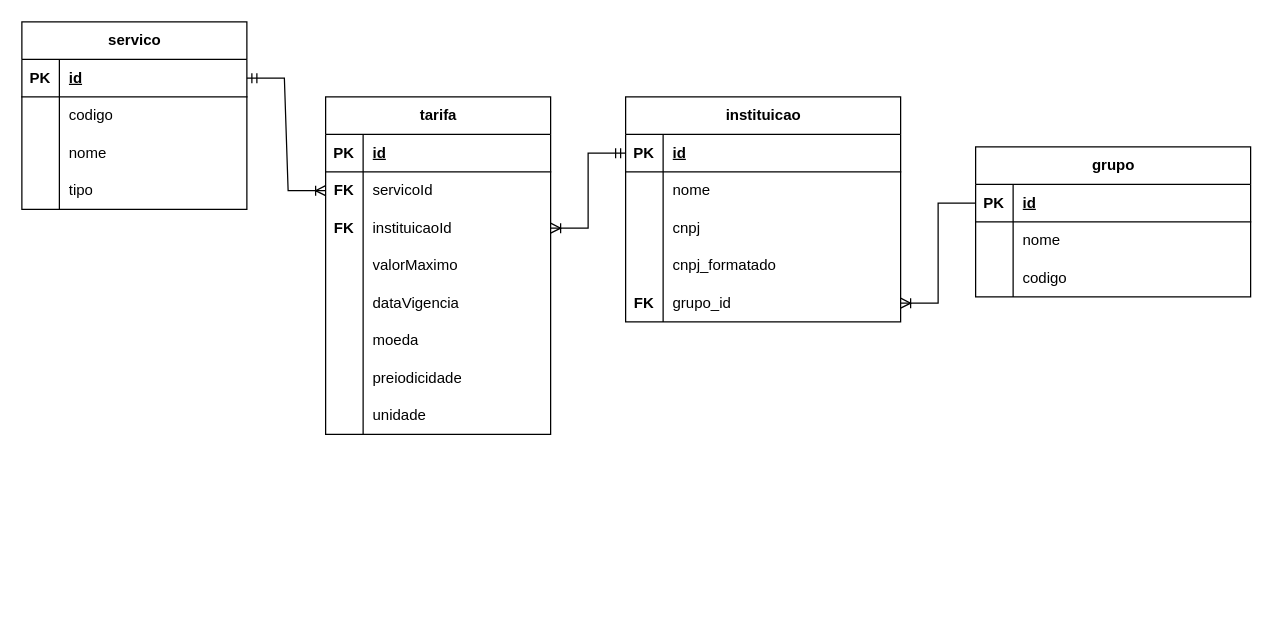
The draw.io diagram docs/Untitled Diagram.drawio in cluster-8/eFinance, before the edit. Source tidied: cells renumbered, new cells numbered last; positions are measured from the earlier drawing's top-left corner, leaving out a move shared by most shapes. Both pictures are drawn from the tidied source at 125%, with x=0, y=0 at pixel (21, 21).
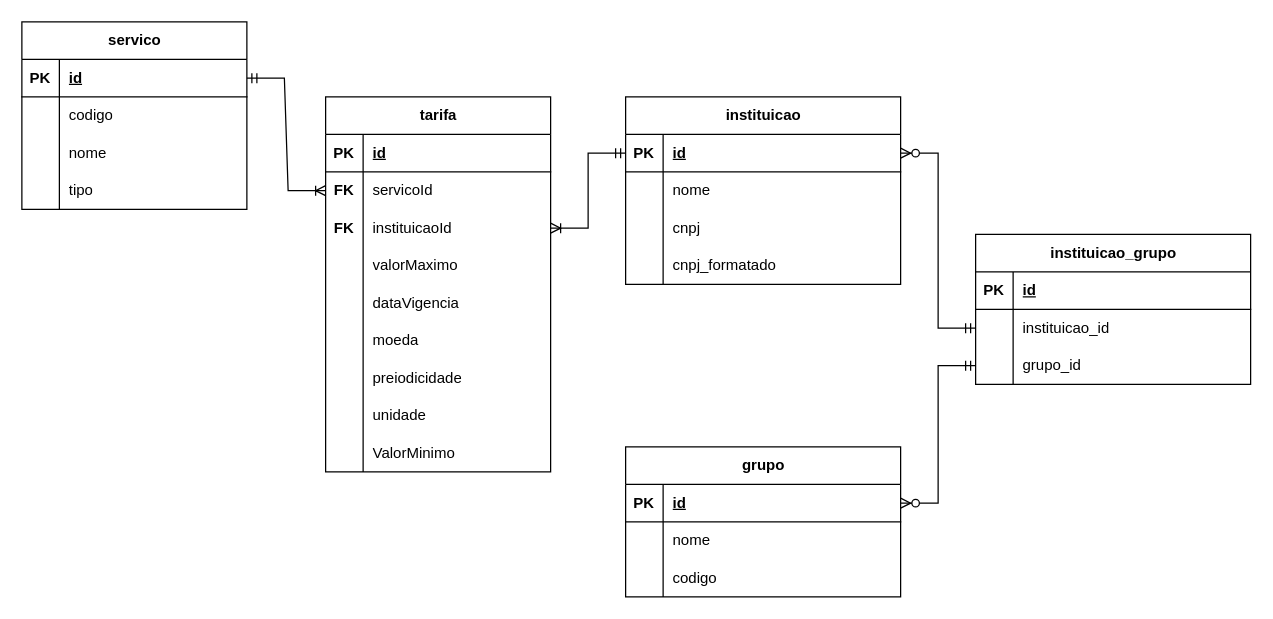
Above is the later version.

Unchanged cells that the change refers to:
```xml
<mxCell id="16" style="shape=tableRow;horizontal=0;startSize=0;swimlaneHead=0;swimlaneBody=0;fillColor=none;points=[[0,0.5],[1,0.5]];portConstraint=eastwest;top=0;left=0;right=0;bottom=1;" parent="15" vertex="1">
  <mxGeometry y="30" width="220" height="30" as="geometry" />
</mxCell>
<mxCell id="59" style="shape=tableRow;horizontal=0;startSize=0;swimlaneHead=0;swimlaneBody=0;fillColor=none;points=[[0,0.5],[1,0.5]];portConstraint=eastwest;top=0;left=0;right=0;bottom=1;" parent="58" vertex="1">
  <mxGeometry y="30" width="220" height="30" as="geometry" />
</mxCell>
```

Change to the diagram source:
```diff
@@
     <mxCell id="15" value="instituicao" style="shape=table;startSize=30;childLayout=tableLayout;rowLines=0;fontStyle=1;align=center;html=1;" parent="1" vertex="1">
-      <mxGeometry x="483" y="60" width="220" height="180" as="geometry" />
+      <mxGeometry x="483" y="60" width="220" height="150" as="geometry" />
     </mxCell>
@@
-    <mxCell id="28" style="shape=tableRow;horizontal=0;startSize=0;swimlaneHead=0;swimlaneBody=0;fillColor=none;points=[[0,0.5],[1,0.5]];portConstraint=eastwest;top=0;left=0;right=0;bottom=0;" parent="15" vertex="1">
-      <mxGeometry y="150" width="220" height="30" as="geometry" />
-    </mxCell>
-    <mxCell id="29" value="&lt;b&gt;FK&lt;/b&gt;" style="shape=partialRectangle;fillColor=none;top=0;left=0;bottom=0;right=0;overflow=hidden;whiteSpace=wrap;html=1;" parent="28" vertex="1">
-      <mxGeometry width="30" height="30" as="geometry" />
-    </mxCell>
-    <mxCell id="30" value="&lt;div&gt;grupo_id&lt;/div&gt;" style="shape=partialRectangle;fillColor=none;top=0;left=0;bottom=0;right=0;align=left;spacingLeft=6;overflow=hidden;whiteSpace=wrap;html=1;" parent="28" vertex="1">
-      <mxGeometry x="30" width="190" height="30" as="geometry" />
-    </mxCell>
     <mxCell id="31" value="tarifa" style="shape=table;startSize=30;childLayout=tableLayout;rowLines=0;fontStyle=1;align=center;html=1;" parent="1" vertex="1">
-      <mxGeometry x="243" y="60" width="180" height="270" as="geometry" />
+      <mxGeometry x="243" y="60" width="180" height="300" as="geometry" />
     </mxCell>
@@
+    <mxCell id="69" style="shape=tableRow;horizontal=0;startSize=0;swimlaneHead=0;swimlaneBody=0;fillColor=none;top=0;left=0;right=0;bottom=0;" parent="31" vertex="1">
+      <mxGeometry y="270" width="180" height="30" as="geometry" />
+    </mxCell>
+    <mxCell id="70" style="shape=partialRectangle;fillColor=none;top=0;left=0;bottom=0;right=0;overflow=hidden;whiteSpace=wrap;html=1;" parent="69" vertex="1">
+      <mxGeometry width="30" height="30" as="geometry" />
+    </mxCell>
+    <mxCell id="71" value="&lt;div&gt;ValorMinimo&lt;/div&gt;" style="shape=partialRectangle;fillColor=none;top=0;left=0;bottom=0;right=0;align=left;spacingLeft=6;overflow=hidden;whiteSpace=wrap;html=1;" parent="69" vertex="1">
+      <mxGeometry x="30" width="150" height="30" as="geometry" />
+    </mxCell>
@@
     <mxCell id="58" value="grupo" style="shape=table;startSize=30;childLayout=tableLayout;rowLines=0;fontStyle=1;align=center;html=1;" parent="1" vertex="1">
-      <mxGeometry x="763" y="100" width="220" height="120" as="geometry" />
+      <mxGeometry x="483" y="340" width="220" height="120" as="geometry" />
     </mxCell>
@@
-    <mxCell id="68" style="edgeStyle=entityRelationEdgeStyle;fontSize=12;html=1;endArrow=ERoneToMany;rounded=0;exitX=0;exitY=0.5;exitDx=0;exitDy=0;" parent="1" edge="1" source="59" target="28">
-      <mxGeometry relative="1" as="geometry" />
-    </mxCell>
+    <mxCell id="72" value="instituicao_grupo" style="shape=table;startSize=30;childLayout=tableLayout;rowLines=0;fontStyle=1;align=center;html=1;" parent="1" vertex="1">
+      <mxGeometry x="763" y="170" width="220" height="120" as="geometry" />
+    </mxCell>
+    <mxCell id="73" style="shape=tableRow;horizontal=0;startSize=0;swimlaneHead=0;swimlaneBody=0;fillColor=none;top=0;left=0;right=0;bottom=1;" parent="72" vertex="1">
+      <mxGeometry y="30" width="220" height="30" as="geometry" />
+    </mxCell>
+    <mxCell id="74" value="PK" style="shape=partialRectangle;fillColor=none;top=0;left=0;bottom=0;right=0;fontStyle=1;overflow=hidden;whiteSpace=wrap;html=1;" parent="73" vertex="1">
+      <mxGeometry width="30" height="30" as="geometry" />
+    </mxCell>
+    <mxCell id="75" value="id" style="shape=partialRectangle;fillColor=none;top=0;left=0;bottom=0;right=0;align=left;spacingLeft=6;fontStyle=5;overflow=hidden;whiteSpace=wrap;html=1;" parent="73" vertex="1">
+      <mxGeometry x="30" width="190" height="30" as="geometry" />
+    </mxCell>
+    <mxCell id="76" style="shape=tableRow;horizontal=0;startSize=0;swimlaneHead=0;swimlaneBody=0;fillColor=none;points=[[0,0.5],[1,0.5]];portConstraint=eastwest;top=0;left=0;right=0;bottom=0;" parent="72" vertex="1">
+      <mxGeometry y="60" width="220" height="30" as="geometry" />
+    </mxCell>
+    <mxCell id="77" style="shape=partialRectangle;fillColor=none;top=0;left=0;bottom=0;right=0;overflow=hidden;whiteSpace=wrap;html=1;" parent="76" vertex="1">
+      <mxGeometry width="30" height="30" as="geometry" />
+    </mxCell>
+    <mxCell id="78" value="instituicao_id" style="shape=partialRectangle;fillColor=none;top=0;left=0;bottom=0;right=0;align=left;spacingLeft=6;overflow=hidden;whiteSpace=wrap;html=1;" parent="76" vertex="1">
+      <mxGeometry x="30" width="190" height="30" as="geometry" />
+    </mxCell>
+    <mxCell id="79" style="shape=tableRow;horizontal=0;startSize=0;swimlaneHead=0;swimlaneBody=0;fillColor=none;points=[[0,0.5],[1,0.5]];portConstraint=eastwest;top=0;left=0;right=0;bottom=0;" parent="72" vertex="1">
+      <mxGeometry y="90" width="220" height="30" as="geometry" />
+    </mxCell>
+    <mxCell id="80" style="shape=partialRectangle;fillColor=none;top=0;left=0;bottom=0;right=0;overflow=hidden;whiteSpace=wrap;html=1;" parent="79" vertex="1">
+      <mxGeometry width="30" height="30" as="geometry" />
+    </mxCell>
+    <mxCell id="30" value="grupo_id" style="shape=partialRectangle;fillColor=none;top=0;left=0;bottom=0;right=0;align=left;spacingLeft=6;overflow=hidden;whiteSpace=wrap;html=1;" parent="79" vertex="1">
+      <mxGeometry x="30" width="190" height="30" as="geometry" />
+    </mxCell>
+    <mxCell id="81" style="edgeStyle=entityRelationEdgeStyle;fontSize=12;html=1;endArrow=ERzeroToMany;startArrow=ERmandOne;rounded=0;entryX=1;entryY=0.5;entryDx=0;entryDy=0;exitX=0;exitY=0.5;exitDx=0;exitDy=0;" parent="1" edge="1" source="76" target="16">
+      <mxGeometry relative="1" as="geometry" />
+    </mxCell>
+    <mxCell id="82" style="edgeStyle=entityRelationEdgeStyle;fontSize=12;html=1;endArrow=ERzeroToMany;startArrow=ERmandOne;rounded=0;exitX=0;exitY=0.5;exitDx=0;exitDy=0;entryX=1;entryY=0.5;entryDx=0;entryDy=0;" parent="1" edge="1" source="79" target="59">
+      <mxGeometry relative="1" as="geometry" />
+    </mxCell>
```
